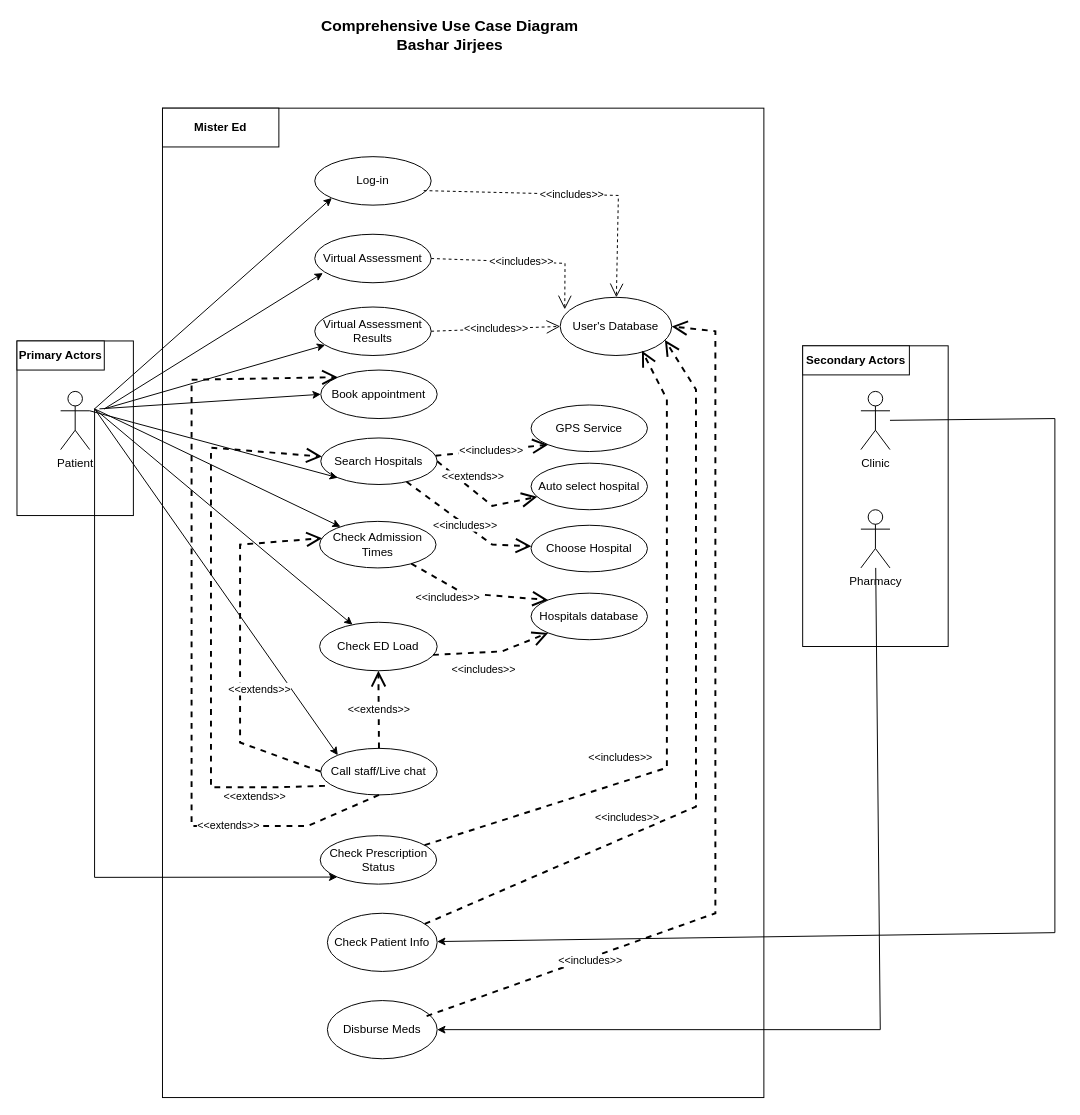
SENG-350-2024-fall/Team-6 keeps this draw.io diagram as UC_03.drawio. Above is the earlier version. Source tidied: cells renumbered, new cells numbered last; positions are measured from the earlier drawing's top-left corner, leaving out a move shared by most shapes. Both pictures are drawn from the tidied source at 97%, with x=0, y=0 at pixel (16, 20).
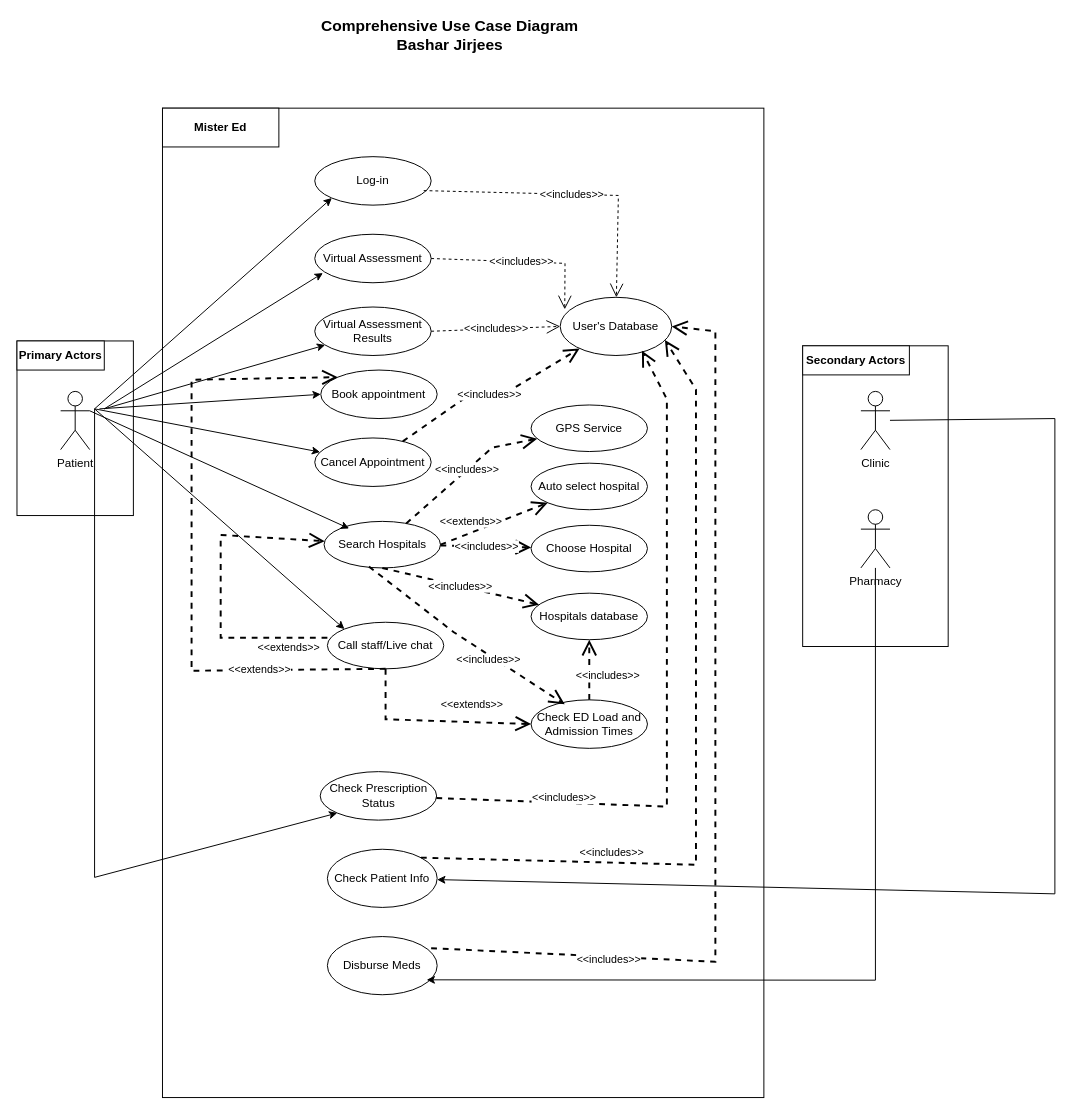
After the change.

The change refers to these unchanged cells:
```xml
<mxCell id="3" value="Patient" style="shape=umlActor;verticalLabelPosition=bottom;verticalAlign=top;html=1;outlineConnect=0;" parent="1" vertex="1">
  <mxGeometry x="45" y="382" width="30" height="60" as="geometry" />
</mxCell>
<mxCell id="9" value="Hospitals database" style="ellipse;whiteSpace=wrap;html=1;" parent="1" vertex="1">
  <mxGeometry x="530" y="590" width="120" height="48" as="geometry" />
</mxCell>
<mxCell id="16" value="GPS Service" style="ellipse;whiteSpace=wrap;html=1;" parent="1" vertex="1">
  <mxGeometry x="530" y="396" width="120" height="48" as="geometry" />
</mxCell>
<mxCell id="18" value="Choose Hospital" style="ellipse;whiteSpace=wrap;html=1;" parent="1" vertex="1">
  <mxGeometry x="530" y="520" width="120" height="48" as="geometry" />
</mxCell>
<mxCell id="26" value="User's Database" style="ellipse;whiteSpace=wrap;html=1;" parent="1" vertex="1">
  <mxGeometry x="560" y="285" width="115" height="60" as="geometry" />
</mxCell>
<mxCell id="28" value="Book appointment" style="ellipse;whiteSpace=wrap;html=1;" parent="1" vertex="1">
  <mxGeometry x="313.2" y="360" width="120" height="50" as="geometry" />
</mxCell>
<mxCell id="32" value="Clinic" style="shape=umlActor;verticalLabelPosition=bottom;verticalAlign=top;html=1;outlineConnect=0;" parent="1" vertex="1">
  <mxGeometry x="870" y="382" width="30" height="60" as="geometry" />
</mxCell>
<mxCell id="33" value="Pharmacy" style="shape=umlActor;verticalLabelPosition=bottom;verticalAlign=top;html=1;outlineConnect=0;" parent="1" vertex="1">
  <mxGeometry x="870" y="504" width="30" height="60" as="geometry" />
</mxCell>
<mxCell id="51" value="Auto select hospital" style="ellipse;whiteSpace=wrap;html=1;" parent="1" vertex="1">
  <mxGeometry x="530" y="456" width="120" height="48" as="geometry" />
</mxCell>
```

What changed in the source:
```diff
@@
-    <mxCell id="7" value="Check ED Load" style="ellipse;whiteSpace=wrap;html=1;" parent="1" vertex="1">
-      <mxGeometry x="312" y="620" width="121.2" height="50" as="geometry" />
+    <mxCell id="7" value="Check ED Load and&lt;br&gt;Admission Times" style="ellipse;whiteSpace=wrap;html=1;" parent="1" vertex="1">
+      <mxGeometry x="530" y="700" width="120" height="50" as="geometry" />
     </mxCell>
-    <mxCell id="8" value="Check Admission Times" style="ellipse;whiteSpace=wrap;html=1;" parent="1" vertex="1">
-      <mxGeometry x="312" y="516" width="120" height="48" as="geometry" />
-    </mxCell>
@@
     <mxCell id="10" value="Search Hospitals" style="ellipse;whiteSpace=wrap;html=1;" parent="1" vertex="1">
-      <mxGeometry x="313.2" y="430" width="120" height="48" as="geometry" />
+      <mxGeometry x="316.6" y="516" width="120" height="48" as="geometry" />
     </mxCell>
-    <mxCell id="11" style="endArrow=classic;html=1;rounded=0;" parent="1" edge="1" target="8">
-      <mxGeometry relative="1" as="geometry">
-        <mxPoint x="80" y="400" as="sourcePoint" />
-      </mxGeometry>
-    </mxCell>
-    <mxCell id="12" style="endArrow=classic;html=1;rounded=0;" parent="1" edge="1" target="7">
-      <mxGeometry relative="1" as="geometry">
-        <mxPoint x="80" y="400" as="sourcePoint" />
-      </mxGeometry>
-    </mxCell>
     <mxCell id="13" value="Call staff/Live chat" style="ellipse;whiteSpace=wrap;html=1;" parent="1" vertex="1">
-      <mxGeometry x="313.2" y="750" width="120" height="48" as="geometry" />
+      <mxGeometry x="320" y="620" width="120" height="48" as="geometry" />
     </mxCell>
-    <mxCell id="14" style="endArrow=classic;html=1;rounded=0;entryX=0;entryY=1;entryDx=0;entryDy=0;exitX=1;exitY=0.3333333333333333;exitDx=0;exitDy=0;exitPerimeter=0;" parent="1" edge="1" source="3" target="10">
+    <mxCell id="14" style="endArrow=classic;html=1;rounded=0;entryX=0.215;entryY=0.153;entryDx=0;entryDy=0;exitX=1;exitY=0.3333333333333333;exitDx=0;exitDy=0;exitPerimeter=0;entryPerimeter=0;" parent="1" edge="1" source="3" target="10">
       <mxGeometry relative="1" as="geometry" />
     </mxCell>
@@
-    <mxCell id="17" value="&amp;lt;&amp;lt;includes&amp;gt;&amp;gt;" style="endArrow=open;endSize=12;dashed=1;html=1;rounded=0;entryX=0;entryY=1;entryDx=0;entryDy=0;strokeWidth=2;" parent="1" edge="1" source="10" target="16">
-      <mxGeometry relative="1" as="geometry" />
+    <mxCell id="17" value="&amp;lt;&amp;lt;includes&amp;gt;&amp;gt;" style="endArrow=open;endSize=12;dashed=1;html=1;rounded=0;strokeWidth=2;" parent="1" edge="1" source="10" target="16">
+      <mxGeometry relative="1" as="geometry">
+        <Array as="points">
+          <mxPoint x="490" y="440" />
+        </Array>
+      </mxGeometry>
     </mxCell>
@@
     <mxCell id="19" value="&amp;lt;&amp;lt;includes&amp;gt;&amp;gt;" style="endArrow=open;endSize=12;dashed=1;html=1;rounded=0;strokeWidth=2;" parent="1" edge="1" source="10" target="18">
-      <mxGeometry relative="1" as="geometry">
-        <Array as="points">
-          <mxPoint x="490" y="540" />
-        </Array>
-      </mxGeometry>
+      <mxGeometry relative="1" as="geometry" />
     </mxCell>
-    <mxCell id="20" value="&amp;lt;&amp;lt;includes&amp;gt;&amp;gt;" style="endArrow=open;endSize=12;dashed=1;html=1;rounded=0;entryX=0;entryY=0;entryDx=0;entryDy=0;strokeWidth=2;" parent="1" edge="1" source="8" target="9">
-      <mxGeometry x="-0.33" y="-12" relative="1" as="geometry">
-        <Array as="points">
-          <mxPoint x="460" y="590" />
-        </Array>
-      </mxGeometry>
-    </mxCell>
-    <mxCell id="21" value="&amp;lt;&amp;lt;includes&amp;gt;&amp;gt;" style="endArrow=open;endSize=12;dashed=1;html=1;rounded=0;entryX=0;entryY=1;entryDx=0;entryDy=0;exitX=0.965;exitY=0.673;exitDx=0;exitDy=0;exitPerimeter=0;strokeWidth=2;" parent="1" edge="1" source="7" target="9">
+    <mxCell id="21" value="&amp;lt;&amp;lt;includes&amp;gt;&amp;gt;" style="endArrow=open;endSize=12;dashed=1;html=1;rounded=0;entryX=0.5;entryY=1;entryDx=0;entryDy=0;exitX=0.5;exitY=0;exitDx=0;exitDy=0;strokeWidth=2;" parent="1" edge="1" source="7" target="9">
       <mxGeometry x="-0.19" y="-18" relative="1" as="geometry">
-        <Array as="points">
-          <mxPoint x="500" y="650" />
-        </Array>
         <mxPoint x="1" as="offset" />
       </mxGeometry>
     </mxCell>
-    <mxCell id="22" value="&amp;lt;&amp;lt;extends&amp;gt;&amp;gt;" style="endArrow=open;endSize=12;dashed=1;html=1;rounded=0;entryX=0.5;entryY=1;entryDx=0;entryDy=0;strokeWidth=2;" parent="1" edge="1" source="13" target="7">
-      <mxGeometry relative="1" as="geometry" />
+    <mxCell id="22" value="&amp;lt;&amp;lt;extends&amp;gt;&amp;gt;" style="endArrow=open;endSize=12;dashed=1;html=1;rounded=0;entryX=0;entryY=0.5;entryDx=0;entryDy=0;strokeWidth=2;" parent="1" edge="1" source="13" target="7">
+      <mxGeometry x="0.39" y="18" relative="1" as="geometry">
+        <Array as="points">
+          <mxPoint x="380" y="720" />
+        </Array>
+      </mxGeometry>
     </mxCell>
-    <mxCell id="23" value="&amp;lt;&amp;lt;extends&amp;gt;&amp;gt;" style="endArrow=open;endSize=12;dashed=1;html=1;rounded=0;exitX=0;exitY=0.5;exitDx=0;exitDy=0;strokeWidth=2;entryX=0.022;entryY=0.361;entryDx=0;entryDy=0;entryPerimeter=0;" parent="1" edge="1" source="13" target="8">
-      <mxGeometry x="-0.24" y="-20" relative="1" as="geometry">
-        <Array as="points">
-          <mxPoint x="230" y="744" />
-          <mxPoint x="230" y="540" />
-        </Array>
-      </mxGeometry>
-    </mxCell>
@@
     <mxCell id="34" value="Check Patient Info" style="ellipse;whiteSpace=wrap;html=1;" parent="1" vertex="1">
-      <mxGeometry x="320" y="920" width="113.2" height="60" as="geometry" />
+      <mxGeometry x="320" y="854" width="113.2" height="60" as="geometry" />
     </mxCell>
     <mxCell id="35" value="Disburse Meds" style="ellipse;whiteSpace=wrap;html=1;" parent="1" vertex="1">
-      <mxGeometry x="320" y="1010" width="113.2" height="60" as="geometry" />
+      <mxGeometry x="320" y="944" width="113.2" height="60" as="geometry" />
     </mxCell>
-    <mxCell id="36" value="&amp;lt;&amp;lt;includes&amp;gt;&amp;gt;" style="endArrow=open;endSize=12;dashed=1;html=1;rounded=0;entryX=0.939;entryY=0.733;entryDx=0;entryDy=0;entryPerimeter=0;strokeWidth=2;" parent="1" edge="1" source="34" target="26">
-      <mxGeometry x="-0.41" y="19" relative="1" as="geometry">
+    <mxCell id="36" value="&amp;lt;&amp;lt;includes&amp;gt;&amp;gt;" style="endArrow=open;endSize=12;dashed=1;html=1;rounded=0;entryX=0.939;entryY=0.733;entryDx=0;entryDy=0;entryPerimeter=0;strokeWidth=2;exitX=1;exitY=0;exitDx=0;exitDy=0;" parent="1" edge="1" source="34" target="26">
+      <mxGeometry x="-0.53" y="11" relative="1" as="geometry">
         <Array as="points">
-          <mxPoint x="700" y="810" />
+          <mxPoint x="700" y="870" />
           <mxPoint x="700" y="380" />
         </Array>
-        <mxPoint x="1" as="offset" />
       </mxGeometry>
     </mxCell>
-    <mxCell id="37" value="&amp;lt;&amp;lt;includes&amp;gt;&amp;gt;" style="endArrow=open;endSize=12;dashed=1;html=1;rounded=0;exitX=0.904;exitY=0.267;exitDx=0;exitDy=0;entryX=1;entryY=0.5;entryDx=0;entryDy=0;exitPerimeter=0;strokeWidth=2;" parent="1" edge="1" source="35" target="26">
+    <mxCell id="37" value="&amp;lt;&amp;lt;includes&amp;gt;&amp;gt;" style="endArrow=open;endSize=12;dashed=1;html=1;rounded=0;exitX=0.945;exitY=0.2;exitDx=0;exitDy=0;entryX=1;entryY=0.5;entryDx=0;entryDy=0;exitPerimeter=0;strokeWidth=2;" parent="1" edge="1" source="35" target="26">
       <mxGeometry x="-0.63" y="-3" relative="1" as="geometry">
         <Array as="points">
-          <mxPoint x="720" y="920" />
+          <mxPoint x="720" y="970" />
           <mxPoint x="720" y="389" />
           <mxPoint x="720" y="350" />
           <mxPoint x="720" y="320" />
         </Array>
       </mxGeometry>
     </mxCell>
-    <mxCell id="38" style="endArrow=classic;html=1;rounded=0;entryX=1;entryY=0.5;entryDx=0;entryDy=0;" parent="1" edge="1" source="33" target="35">
+    <mxCell id="38" style="endArrow=classic;html=1;rounded=0;entryX=0.904;entryY=0.744;entryDx=0;entryDy=0;entryPerimeter=0;" parent="1" edge="1" source="33" target="35">
       <mxGeometry relative="1" as="geometry">
         <Array as="points">
-          <mxPoint x="890" y="1040" />
+          <mxPoint x="885" y="989" />
         </Array>
       </mxGeometry>
     </mxCell>
     <mxCell id="39" style="endArrow=classic;html=1;rounded=0;" parent="1" edge="1" source="32" target="34">
       <mxGeometry relative="1" as="geometry">
         <Array as="points">
           <mxPoint x="1070" y="410" />
-          <mxPoint x="1070" y="940" />
+          <mxPoint x="1070" y="900" />
         </Array>
       </mxGeometry>
     </mxCell>
-    <mxCell id="40" value="&amp;lt;&amp;lt;extends&amp;gt;&amp;gt;" style="endArrow=open;endSize=12;dashed=1;html=1;rounded=0;exitX=0.036;exitY=0.806;exitDx=0;exitDy=0;exitPerimeter=0;strokeWidth=2;" parent="1" edge="1" source="13" target="10">
+    <mxCell id="40" value="&amp;lt;&amp;lt;extends&amp;gt;&amp;gt;" style="endArrow=open;endSize=12;dashed=1;html=1;rounded=0;exitX=0;exitY=0.333;exitDx=0;exitDy=0;strokeWidth=2;exitPerimeter=0;" parent="1" edge="1" source="13" target="10">
       <mxGeometry x="-0.75" y="10" relative="1" as="geometry">
         <Array as="points">
-          <mxPoint x="270" y="790" />
-          <mxPoint x="200" y="790" />
-          <mxPoint x="200" y="440" />
+          <mxPoint x="210" y="636" />
+          <mxPoint x="210" y="580" />
+          <mxPoint x="210" y="530" />
         </Array>
       </mxGeometry>
     </mxCell>
     <mxCell id="41" value="&amp;lt;&amp;lt;extends&amp;gt;&amp;gt;" style="endArrow=open;endSize=12;dashed=1;html=1;rounded=0;exitX=0.5;exitY=1;exitDx=0;exitDy=0;entryX=0;entryY=0;entryDx=0;entryDy=0;strokeWidth=2;" parent="1" edge="1" source="13" target="28">
       <mxGeometry x="-0.6" relative="1" as="geometry">
         <Array as="points">
-          <mxPoint x="300" y="830" />
-          <mxPoint x="180" y="830" />
-          <mxPoint x="180" y="700" />
+          <mxPoint x="180" y="670" />
+          <mxPoint x="180" y="610" />
           <mxPoint x="180" y="370" />
         </Array>
       </mxGeometry>
     </mxCell>
@@
     <mxCell id="48" value="Check Prescription Status" style="ellipse;whiteSpace=wrap;html=1;" parent="1" vertex="1">
-      <mxGeometry x="312.6" y="840" width="120" height="50" as="geometry" />
+      <mxGeometry x="312.6" y="774" width="120" height="50" as="geometry" />
     </mxCell>
@@
     <mxCell id="52" value="&amp;lt;&amp;lt;extends&amp;gt;&amp;gt;" style="endArrow=open;endSize=12;dashed=1;html=1;rounded=0;exitX=1;exitY=0.5;exitDx=0;exitDy=0;strokeWidth=2;" parent="1" edge="1" source="10" target="51">
-      <mxGeometry x="-0.36" y="11" relative="1" as="geometry">
-        <Array as="points">
-          <mxPoint x="490" y="500" />
-        </Array>
-      </mxGeometry>
+      <mxGeometry x="-0.36" y="11" relative="1" as="geometry" />
     </mxCell>
     <mxCell id="53" value="&amp;lt;&amp;lt;includes&amp;gt;&amp;gt;" style="endArrow=open;endSize=12;dashed=1;html=1;rounded=0;entryX=0.733;entryY=0.917;entryDx=0;entryDy=0;entryPerimeter=0;strokeWidth=2;" parent="1" edge="1" source="48" target="26">
-      <mxGeometry x="-0.37" y="24" relative="1" as="geometry">
+      <mxGeometry x="-0.63" y="5" relative="1" as="geometry">
         <Array as="points">
-          <mxPoint x="670" y="770" />
+          <mxPoint x="670" y="810" />
           <mxPoint x="670" y="390" />
         </Array>
       </mxGeometry>
     </mxCell>
+    <mxCell id="54" value="&amp;lt;&amp;lt;includes&amp;gt;&amp;gt;" style="endArrow=open;endSize=12;dashed=1;html=1;rounded=0;strokeWidth=2;exitX=0.5;exitY=1;exitDx=0;exitDy=0;" parent="1" edge="1" source="10" target="9">
+      <mxGeometry relative="1" as="geometry" />
+    </mxCell>
+    <mxCell id="55" value="&amp;lt;&amp;lt;includes&amp;gt;&amp;gt;" style="endArrow=open;endSize=12;dashed=1;html=1;rounded=0;strokeWidth=2;entryX=0.289;entryY=0.093;entryDx=0;entryDy=0;entryPerimeter=0;exitX=0.386;exitY=0.972;exitDx=0;exitDy=0;exitPerimeter=0;" parent="1" edge="1" source="10" target="7">
+      <mxGeometry x="0.26" y="-5" relative="1" as="geometry">
+        <Array as="points">
+          <mxPoint x="450" y="630" />
+        </Array>
+      </mxGeometry>
+    </mxCell>
+    <mxCell id="56" value="Cancel Appointment" style="ellipse;whiteSpace=wrap;html=1;" parent="1" vertex="1">
+      <mxGeometry x="307" y="430" width="120" height="50" as="geometry" />
+    </mxCell>
+    <mxCell id="57" style="endArrow=classic;html=1;rounded=0;" parent="1" edge="1" target="56">
+      <mxGeometry relative="1" as="geometry">
+        <mxPoint x="80" y="400" as="sourcePoint" />
+      </mxGeometry>
+    </mxCell>
+    <mxCell id="58" value="&amp;lt;&amp;lt;includes&amp;gt;&amp;gt;" style="endArrow=open;endSize=12;dashed=1;html=1;rounded=0;strokeWidth=2;" parent="1" edge="1" source="56" target="26">
+      <mxGeometry relative="1" as="geometry">
+        <Array as="points">
+          <mxPoint x="460" y="390" />
+          <mxPoint x="510" y="380" />
+        </Array>
+      </mxGeometry>
+    </mxCell>
```
